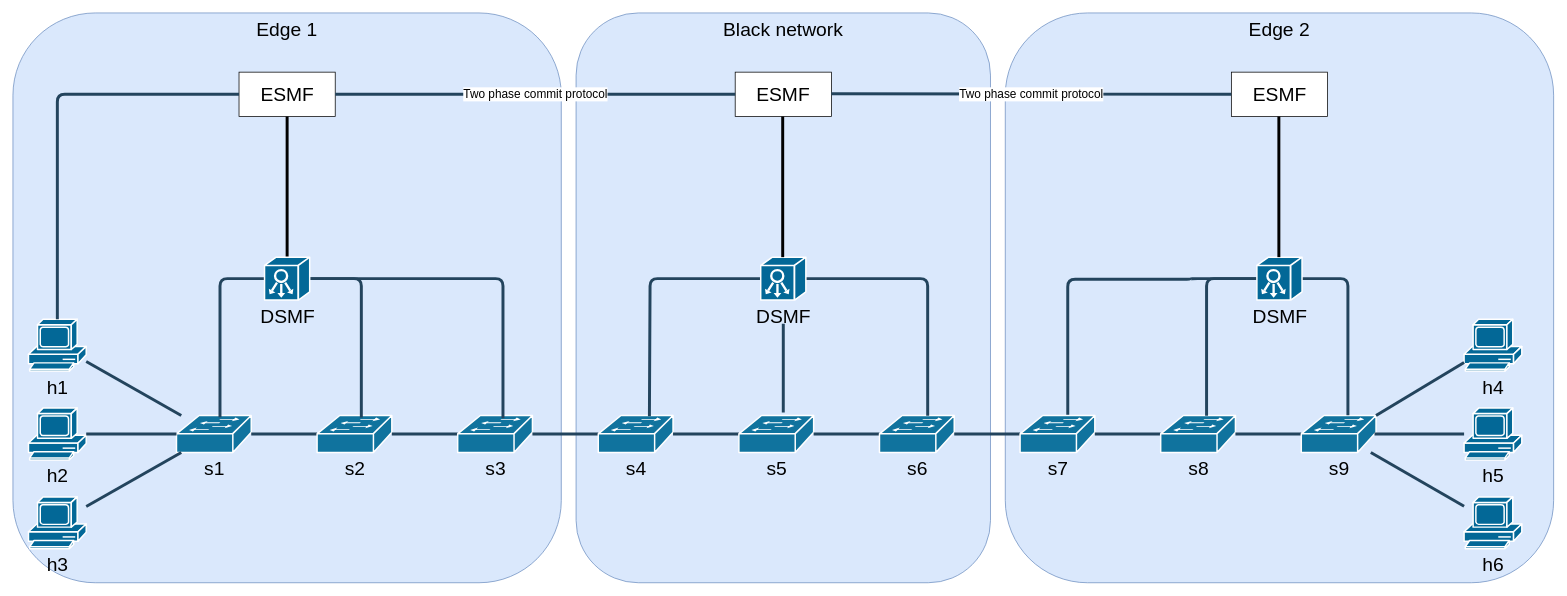
This is Suggested_topology.drawio from FriwiDev/thesis, a draw.io file, before an edit. Source tidied: cells renumbered, new cells numbered last; positions are measured from the earlier drawing's top-left corner, leaving out a move shared by most shapes. Both pictures are drawn from the tidied source at 74%, with x=0, y=0 at pixel (13, 13).
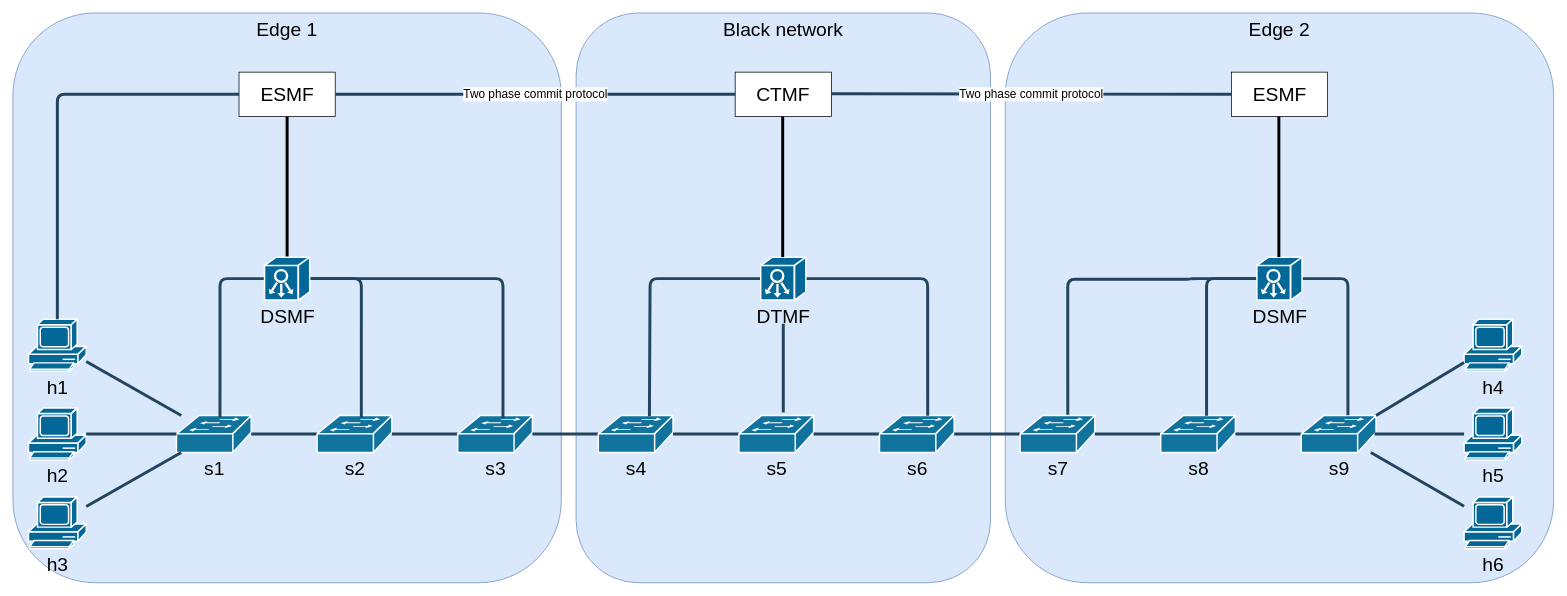
Above is the later version.

Diff of the diagram source:
```diff
@@
-    <mxCell id="49" value="&lt;font style=&quot;font-size: 26px;&quot;&gt;ESMF&lt;/font&gt;" style="rounded=0;whiteSpace=wrap;html=1;" parent="1" vertex="1">
+    <mxCell id="49" value="&lt;font style=&quot;font-size: 26px;&quot;&gt;CTMF&lt;/font&gt;" style="rounded=0;whiteSpace=wrap;html=1;" parent="1" vertex="1">
       <mxGeometry x="976" y="80" width="130" height="60" as="geometry" />
     </mxCell>
@@
-    <mxCell id="52" value="DSMF" style="shape=mxgraph.cisco.controllers_and_modules.system_controller;sketch=0;html=1;dashed=0;fillColor=#036897;strokeColor=#ffffff;strokeWidth=2;verticalLabelPosition=bottom;verticalAlign=top;align=center;outlineConnect=0;fontSize=26;" parent="1" vertex="1">
+    <mxCell id="52" value="DTMF" style="shape=mxgraph.cisco.controllers_and_modules.system_controller;sketch=0;html=1;dashed=0;fillColor=#036897;strokeColor=#ffffff;strokeWidth=2;verticalLabelPosition=bottom;verticalAlign=top;align=center;outlineConnect=0;fontSize=26;" parent="1" vertex="1">
       <mxGeometry x="1010.5" y="330" width="61" height="58" as="geometry" />
     </mxCell>
```
